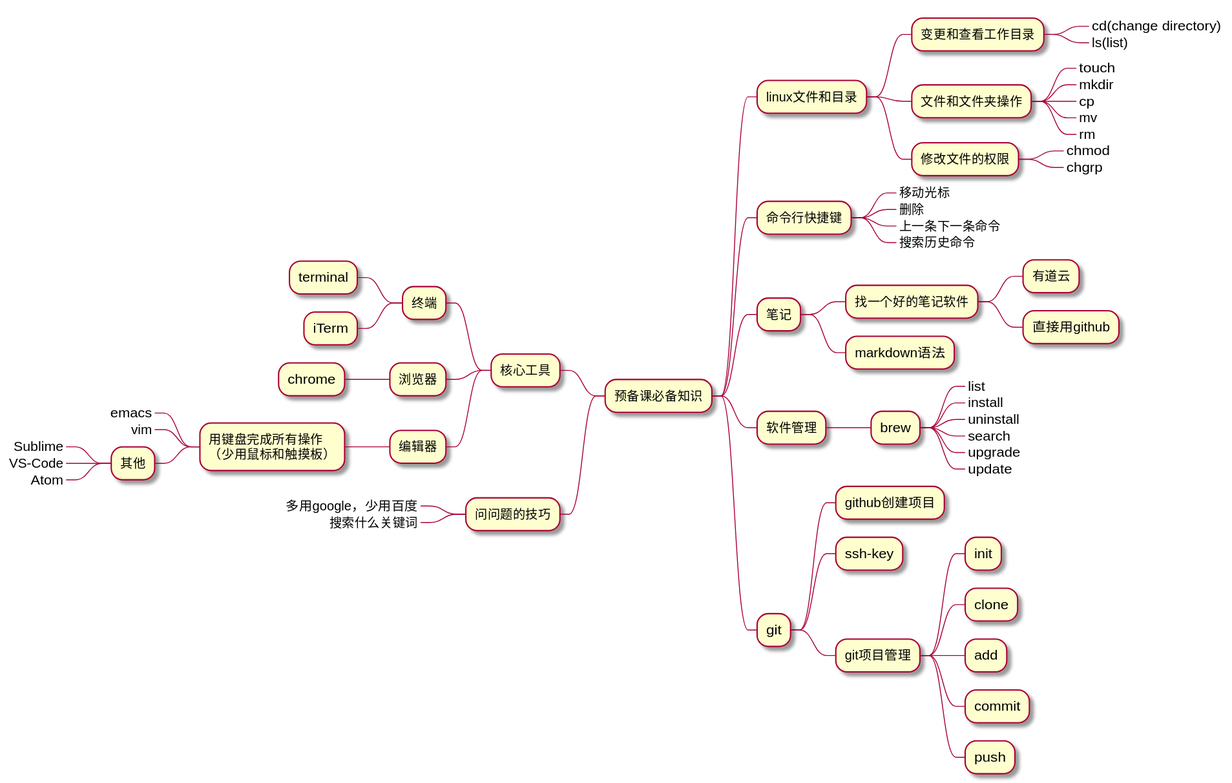
Before: img/mind-map.svg, a diagram exported from PlantUML (linc5403/preparatory-course).
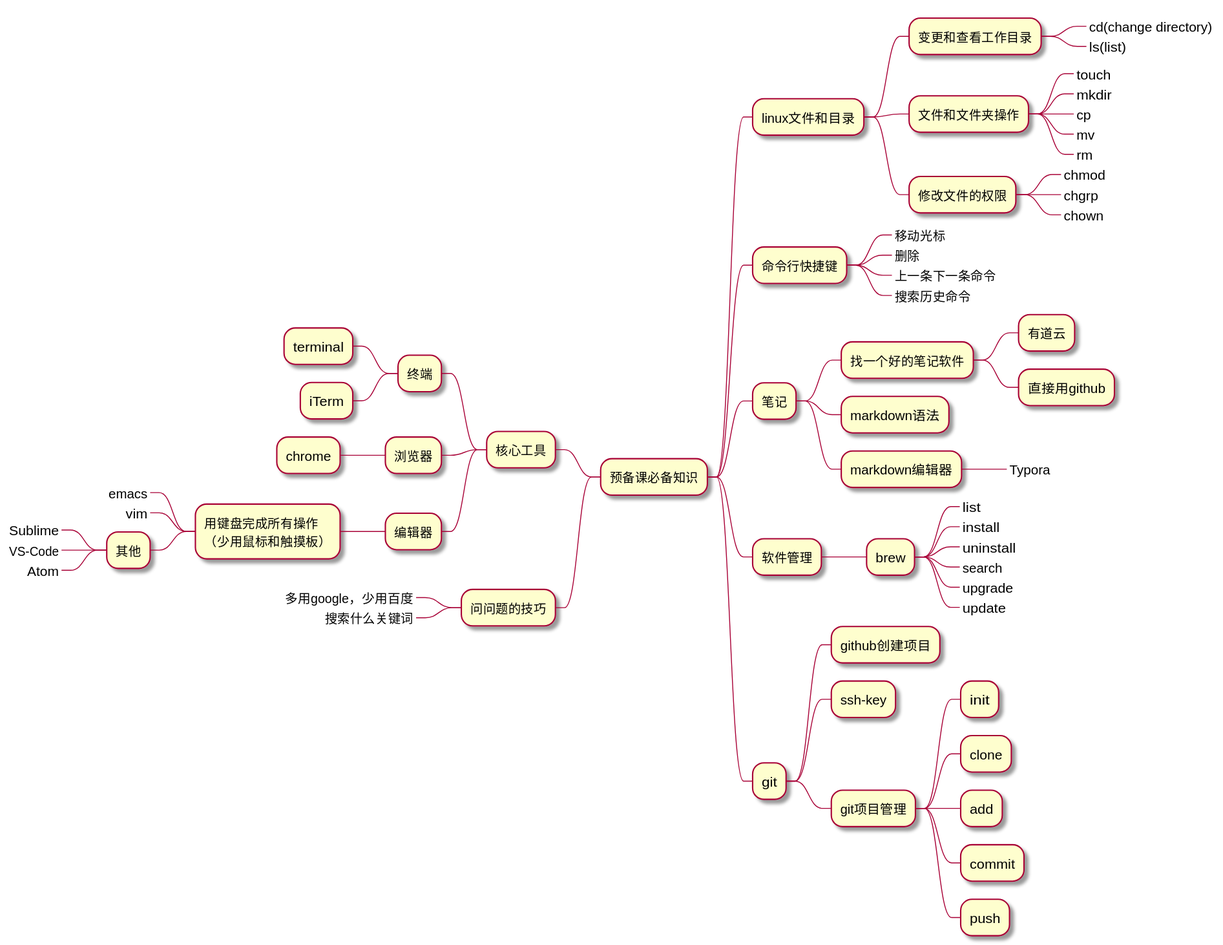
The same diagram one commit later.

What changed in the source:
```diff
@@ -13,6 +13,7 @@
 *** 修改文件的权限
 ****_ chmod
 ****_ chgrp
+****_ chown
 ** 命令行快捷键
 ***_ 移动光标
 ***_ 删除
@@ -23,6 +24,8 @@
 **** 有道云
 **** 直接用github
 *** markdown语法
+*** markdown编辑器
+****_ Typora
 ** 软件管理
 *** brew
 ****_ list
```
